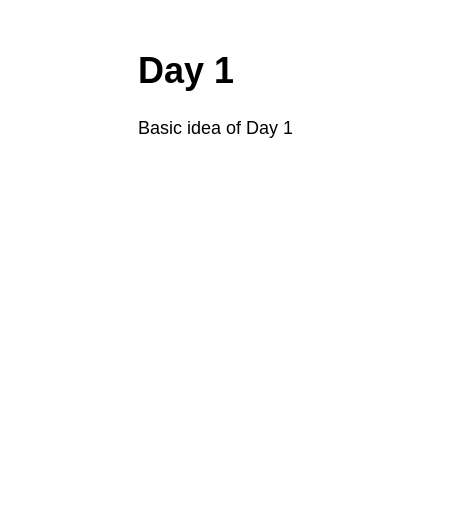
Above: Untitled Diagram.drawio in Thediamondcryst/daring_academy (draw.io), before the change. Source tidied: cells renumbered, new cells numbered last; positions are measured from the earlier drawing's top-left corner, leaving out a move shared by most shapes. Both pictures are drawn from the tidied source at 150%, with x=0, y=0 at pixel (130, 40).
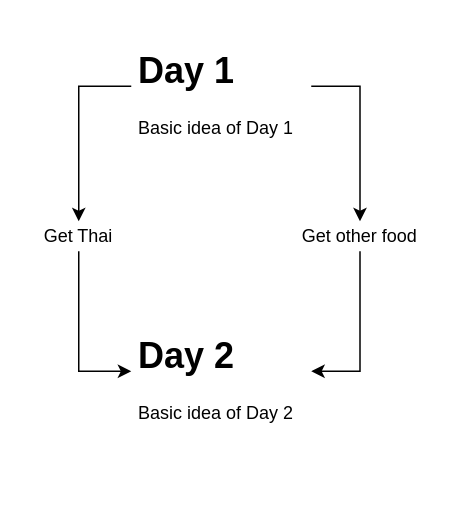
After the change.

The edit, as a diff of the source:
```diff
@@
 <mxGraphModel>
   <root>
     <mxCell id="0" />
     <mxCell id="1" parent="0" />
+    <mxCell id="3" style="edgeStyle=orthogonalEdgeStyle;rounded=0;jettySize=auto;html=1;exitX=0;exitY=0.25;exitDx=0;exitDy=0;entryX=0.5;entryY=0;entryDx=0;entryDy=0;" parent="1" edge="1" source="2" target="7">
+      <mxGeometry relative="1" as="geometry" />
+    </mxCell>
+    <mxCell id="4" style="edgeStyle=orthogonalEdgeStyle;rounded=0;jettySize=auto;html=1;exitX=1;exitY=0.25;exitDx=0;exitDy=0;" parent="1" edge="1" source="2" target="9">
+      <mxGeometry relative="1" as="geometry" />
+    </mxCell>
     <mxCell id="2" value="&lt;h1&gt;Day 1&lt;/h1&gt;&lt;p&gt;Basic idea of Day 1&lt;/p&gt;&lt;p&gt;&lt;br&gt;&lt;/p&gt;" style="text;html=1;strokeColor=none;fillColor=none;spacing=5;spacingTop=-20;whiteSpace=wrap;overflow=hidden;rounded=0;" parent="1" vertex="1">
-      <mxGeometry width="190" height="120" as="geometry" />
+      <mxGeometry width="120" height="120" as="geometry" />
     </mxCell>
+    <mxCell id="5" value="&lt;h1&gt;Day 2&lt;/h1&gt;&lt;p&gt;Basic idea of Day 2&lt;/p&gt;&lt;p&gt;&lt;br&gt;&lt;/p&gt;" style="text;html=1;strokeColor=none;fillColor=none;spacing=5;spacingTop=-20;whiteSpace=wrap;overflow=hidden;rounded=0;" parent="1" vertex="1">
+      <mxGeometry y="190" width="120" height="120" as="geometry" />
+    </mxCell>
+    <mxCell id="6" style="edgeStyle=orthogonalEdgeStyle;rounded=0;jettySize=auto;html=1;exitX=0.5;exitY=1;exitDx=0;exitDy=0;entryX=0;entryY=0.25;entryDx=0;entryDy=0;" parent="1" edge="1" source="7" target="5">
+      <mxGeometry relative="1" as="geometry" />
+    </mxCell>
+    <mxCell id="7" value="Get Thai" style="text;html=1;strokeColor=none;fillColor=none;align=center;verticalAlign=middle;whiteSpace=wrap;rounded=0;" parent="1" vertex="1">
+      <mxGeometry x="-70" y="120" width="70" height="20" as="geometry" />
+    </mxCell>
+    <mxCell id="8" style="edgeStyle=orthogonalEdgeStyle;rounded=0;jettySize=auto;html=1;exitX=0.5;exitY=1;exitDx=0;exitDy=0;entryX=1;entryY=0.25;entryDx=0;entryDy=0;" parent="1" edge="1" source="9" target="5">
+      <mxGeometry relative="1" as="geometry" />
+    </mxCell>
+    <mxCell id="9" value="Get other food" style="text;html=1;strokeColor=none;fillColor=none;align=center;verticalAlign=middle;whiteSpace=wrap;rounded=0;" parent="1" vertex="1">
+      <mxGeometry x="105" y="120" width="95" height="20" as="geometry" />
+    </mxCell>
   </root>
 </mxGraphModel>
```
